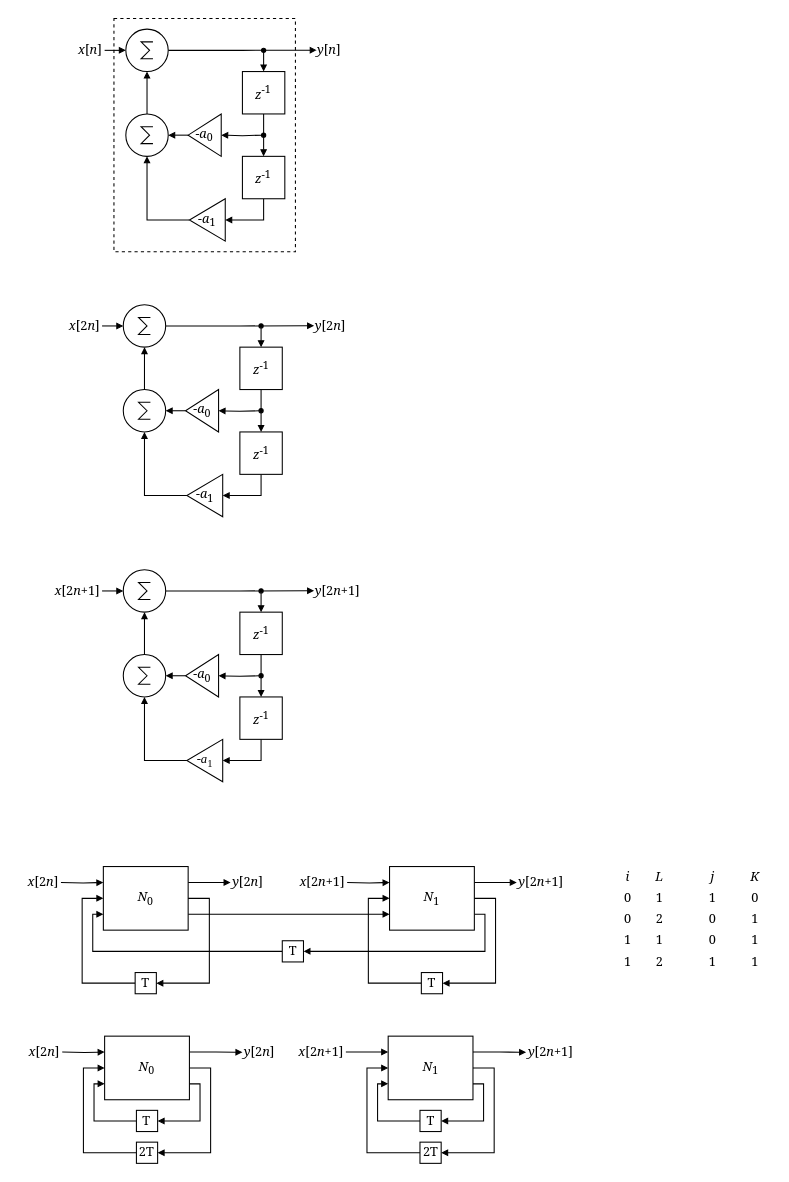
mnemocron/mnemocron.github.io keeps this draw.io diagram as assets/img/unfolding/Unfolding-IIR.drawio. Above is the earlier version. Source tidied: cells renumbered, new cells numbered last; positions are measured from the earlier drawing's top-left corner, leaving out a move shared by most shapes. Both pictures are drawn from the tidied source at 106%, with x=0, y=0 at pixel (18, 18).
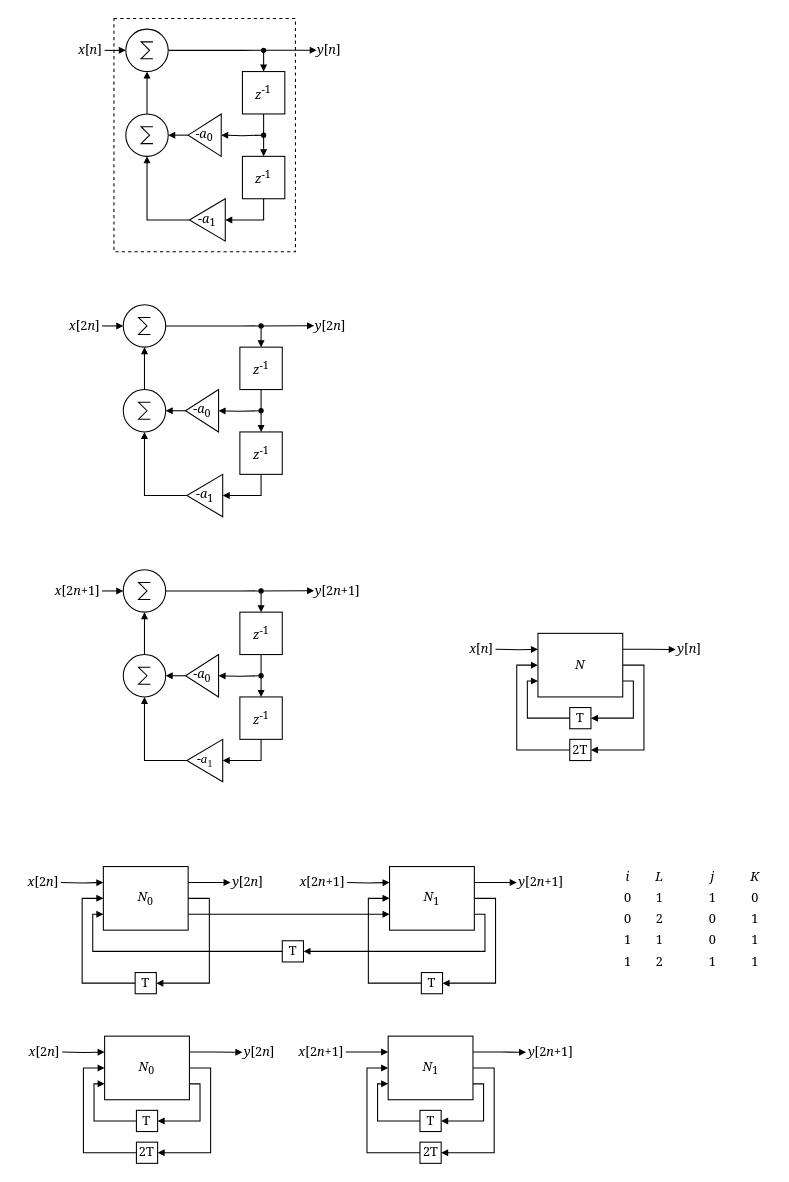
The same page after the edit.

What changed in the source:
```diff
@@
+    <mxCell id="117" style="edgeStyle=orthogonalEdgeStyle;rounded=0;jettySize=auto;html=1;exitX=1;exitY=0.75;exitDx=0;exitDy=0;entryX=1;entryY=0.5;entryDx=0;entryDy=0;fontFamily=Times New Roman;endArrow=block;endFill=1;startSize=4;endSize=4;" parent="1" edge="1" source="120" target="122">
+      <mxGeometry relative="1" as="geometry">
+        <Array as="points">
+          <mxPoint x="580" y="625" />
+          <mxPoint x="580" y="660" />
+        </Array>
+      </mxGeometry>
+    </mxCell>
+    <mxCell id="118" style="edgeStyle=orthogonalEdgeStyle;rounded=0;jettySize=auto;html=1;exitX=1;exitY=0.5;exitDx=0;exitDy=0;entryX=1;entryY=0.5;entryDx=0;entryDy=0;fontFamily=Times New Roman;endArrow=block;endFill=1;startSize=4;endSize=4;" parent="1" edge="1" source="120" target="124">
+      <mxGeometry relative="1" as="geometry" />
+    </mxCell>
+    <mxCell id="119" style="edgeStyle=orthogonalEdgeStyle;rounded=0;jettySize=auto;html=1;exitX=1;exitY=0.25;exitDx=0;exitDy=0;fontFamily=Times New Roman;endArrow=block;endFill=1;startSize=4;endSize=4;" parent="1" edge="1" source="120">
+      <mxGeometry relative="1" as="geometry">
+        <mxPoint x="620" y="595.2" as="targetPoint" />
+      </mxGeometry>
+    </mxCell>
+    <mxCell id="120" value="&lt;font face=&quot;Georgia&quot;&gt;&lt;i style=&quot;&quot;&gt;N&lt;/i&gt;&lt;/font&gt;" style="rounded=0;whiteSpace=wrap;html=1;" parent="1" vertex="1">
+      <mxGeometry x="490" y="580" width="80" height="60" as="geometry" />
+    </mxCell>
+    <mxCell id="121" style="edgeStyle=orthogonalEdgeStyle;rounded=0;jettySize=auto;html=1;exitX=0;exitY=0.5;exitDx=0;exitDy=0;entryX=0;entryY=0.75;entryDx=0;entryDy=0;fontFamily=Times New Roman;endArrow=block;endFill=1;startSize=4;endSize=4;" parent="1" edge="1" source="122" target="120">
+      <mxGeometry relative="1" as="geometry">
+        <Array as="points">
+          <mxPoint x="480" y="660" />
+          <mxPoint x="480" y="625" />
+        </Array>
+      </mxGeometry>
+    </mxCell>
+    <mxCell id="122" value="&lt;font face=&quot;Georgia&quot;&gt;T&lt;/font&gt;" style="rounded=0;whiteSpace=wrap;html=1;" parent="1" vertex="1">
+      <mxGeometry x="520" y="650" width="20" height="20" as="geometry" />
+    </mxCell>
+    <mxCell id="123" style="edgeStyle=orthogonalEdgeStyle;rounded=0;jettySize=auto;html=1;exitX=0;exitY=0.5;exitDx=0;exitDy=0;entryX=0;entryY=0.5;entryDx=0;entryDy=0;fontFamily=Times New Roman;endArrow=block;endFill=1;startSize=4;endSize=4;" parent="1" edge="1" source="124" target="120">
+      <mxGeometry relative="1" as="geometry" />
+    </mxCell>
+    <mxCell id="124" value="&lt;font face=&quot;Georgia&quot;&gt;2T&lt;/font&gt;" style="rounded=0;whiteSpace=wrap;html=1;" parent="1" vertex="1">
+      <mxGeometry x="520" y="680" width="20" height="20" as="geometry" />
+    </mxCell>
+    <mxCell id="125" value="&lt;font face=&quot;Georgia&quot;&gt;&lt;i&gt;y&lt;/i&gt;[&lt;i&gt;n&lt;/i&gt;]&lt;/font&gt;" style="text;html=1;strokeColor=none;fillColor=none;align=left;verticalAlign=middle;whiteSpace=wrap;rounded=0;fontFamily=Times New Roman;" parent="1" vertex="1">
+      <mxGeometry x="620" y="580" width="40" height="30" as="geometry" />
+    </mxCell>
+    <mxCell id="126" value="&lt;font face=&quot;Georgia&quot;&gt;&lt;i&gt;x&lt;/i&gt;[&lt;i&gt;n&lt;/i&gt;]&lt;/font&gt;" style="text;html=1;strokeColor=none;fillColor=none;align=right;verticalAlign=middle;whiteSpace=wrap;rounded=0;fontFamily=Times New Roman;" parent="1" vertex="1">
+      <mxGeometry x="410" y="580" width="40" height="30" as="geometry" />
+    </mxCell>
+    <mxCell id="127" style="edgeStyle=orthogonalEdgeStyle;rounded=0;jettySize=auto;html=1;endArrow=block;endFill=1;startSize=4;endSize=4;entryX=0;entryY=0.25;entryDx=0;entryDy=0;" parent="1" edge="1" target="120">
+      <mxGeometry relative="1" as="geometry">
+        <mxPoint x="450" y="595" as="sourcePoint" />
+      </mxGeometry>
+    </mxCell>
```
